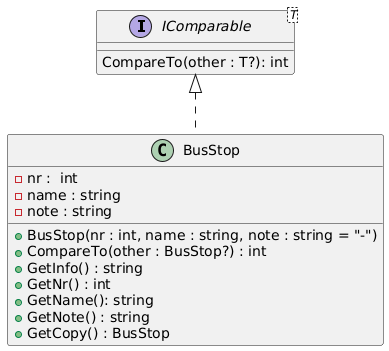
bbe-work/bbe-work.github.io keeps this PlantUML diagram as src/assets/img/kmom01/KlassdiagramKmom01Uppgift.png. Above is the earlier version.
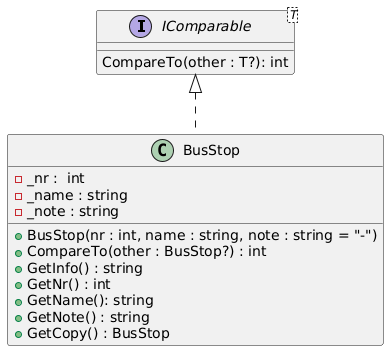
The same diagram one commit later.

Commit message:
lagt till modifierat klassdiagram med _ för medlemsvariabler

Change to the diagram source:
```diff
@@ -6,9 +6,9 @@
 
 class BusStop
 {
-    - nr :  int
-    - name : string
-    - note : string
+    - _nr :  int
+    - _name : string
+    - _note : string
 
     + BusStop(nr : int, name : string, note : string = "-")
     + CompareTo(other : BusStop?) : int
```
